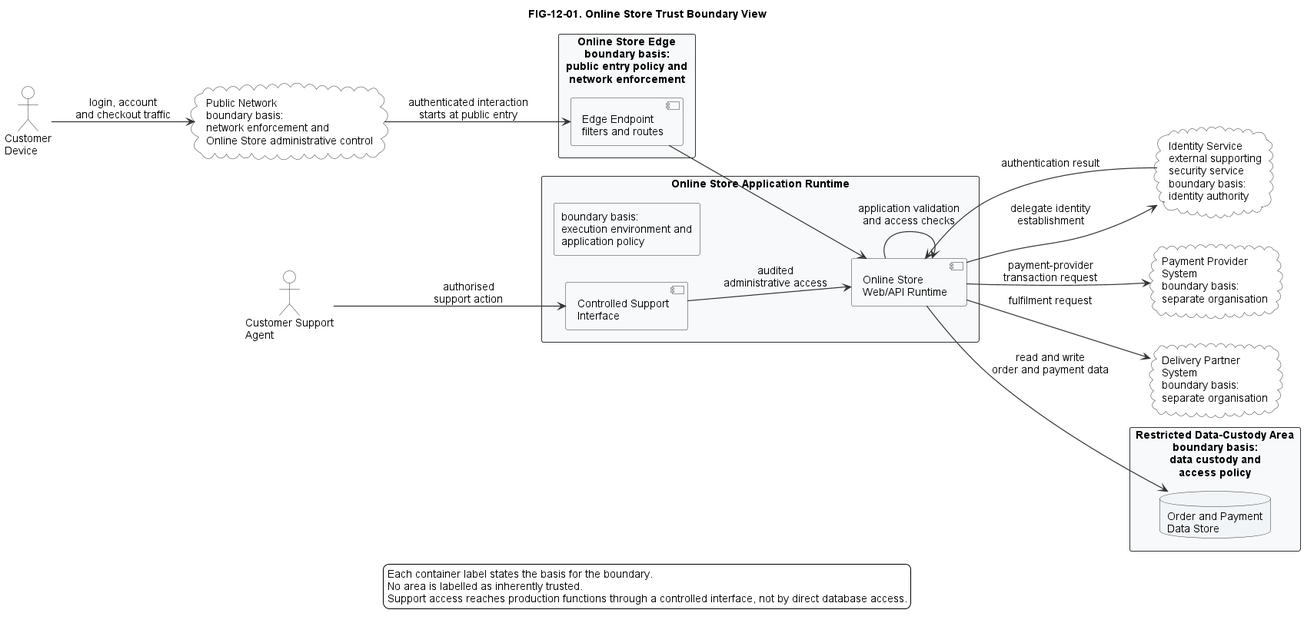
nishikanttiwari01/Architecture_Modelling keeps this PlantUML diagram as diagrams/exported/png/FIG-12-01-online-store-trust-boundary-view.png. Above is the earlier version. The source it was exported from:
```plantuml
@startuml
!include ../../styles/plantuml-theme.puml

left to right direction
title FIG-12-01. Online Store Trust Boundary View

skinparam rectangle {
  BorderColor #333333
  BackgroundColor #F7F9FB
}
skinparam cloud {
  BorderColor #333333
  BackgroundColor #FFFFFF
}
skinparam database {
  BorderColor #333333
  BackgroundColor #F2F5F7
}

actor "Customer\nDevice" as Customer
cloud "Public Network\nboundary basis:\nnetwork enforcement and\nOnline Store administrative control" as PublicNetwork

rectangle "Online Store Edge\nboundary basis:\npublic entry policy and\nnetwork enforcement" as Edge {
  component "Edge Endpoint\nfilters and routes" as EdgeEndpoint
}

rectangle "Online Store Application Runtime" as AppRuntime {
  rectangle "boundary basis:\nexecution environment and\napplication policy" as RuntimeBasis
  component "Online Store\nWeb/API Runtime" as StoreRuntime
  component "Controlled Support\nInterface" as SupportInterface
}

rectangle "Restricted Data-Custody Area\nboundary basis:\ndata custody and\naccess policy" as DataArea {
  database "Order and Payment\nData Store" as DataStore
}

cloud "Identity Service\nexternal supporting\nsecurity service\nboundary basis:\nidentity authority" as IdentityService
cloud "Payment Provider\nSystem\nboundary basis:\nseparate organisation" as PaymentProvider
cloud "Delivery Partner\nSystem\nboundary basis:\nseparate organisation" as DeliveryPartner
actor "Customer Support\nAgent" as SupportAgent

Customer --> PublicNetwork : login, account\nand checkout traffic
PublicNetwork --> EdgeEndpoint : authenticated interaction\nstarts at public entry
EdgeEndpoint --> StoreRuntime
StoreRuntime --> StoreRuntime : application validation\nand access checks
StoreRuntime --> DataStore : read and write\norder and payment data
StoreRuntime --> IdentityService : delegate identity\nestablishment
IdentityService --> StoreRuntime : authentication result
StoreRuntime --> PaymentProvider : payment-provider\ntransaction request
StoreRuntime --> DeliveryPartner : fulfilment request
SupportAgent --> SupportInterface : authorised\nsupport action
SupportInterface --> StoreRuntime : audited\nadministrative access

legend bottom
Each container label states the basis for the boundary.
No area is labelled as inherently trusted.
Support access reaches production functions through a controlled interface, not by direct database access.
endlegend
@enduml
```
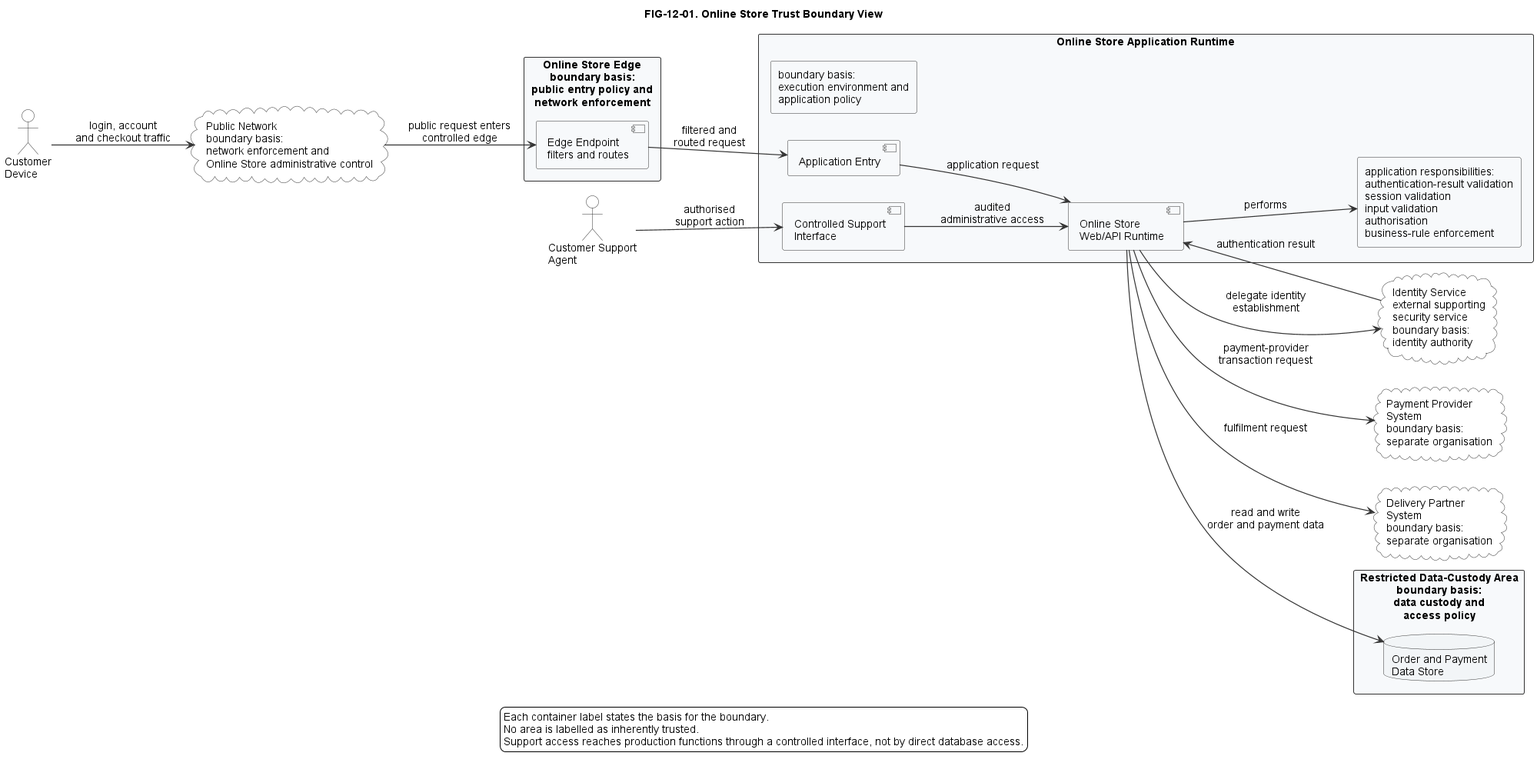
After the change.

Change to the diagram source:
```diff
@@ -26,7 +26,9 @@
 
 rectangle "Online Store Application Runtime" as AppRuntime {
   rectangle "boundary basis:\nexecution environment and\napplication policy" as RuntimeBasis
+  component "Application Entry" as AppEntry
   component "Online Store\nWeb/API Runtime" as StoreRuntime
+  rectangle "application responsibilities:\nauthentication-result validation\nsession validation\ninput validation\nauthorisation\nbusiness-rule enforcement" as AppResponsibilities
   component "Controlled Support\nInterface" as SupportInterface
 }
 
@@ -40,9 +42,10 @@
 actor "Customer Support\nAgent" as SupportAgent
 
 Customer --> PublicNetwork : login, account\nand checkout traffic
-PublicNetwork --> EdgeEndpoint : authenticated interaction\nstarts at public entry
-EdgeEndpoint --> StoreRuntime
-StoreRuntime --> StoreRuntime : application validation\nand access checks
+PublicNetwork --> EdgeEndpoint : public request enters\ncontrolled edge
+EdgeEndpoint --> AppEntry : filtered and\nrouted request
+AppEntry --> StoreRuntime : application request
+StoreRuntime --> AppResponsibilities : performs
 StoreRuntime --> DataStore : read and write\norder and payment data
 StoreRuntime --> IdentityService : delegate identity\nestablishment
 IdentityService --> StoreRuntime : authentication result
```
